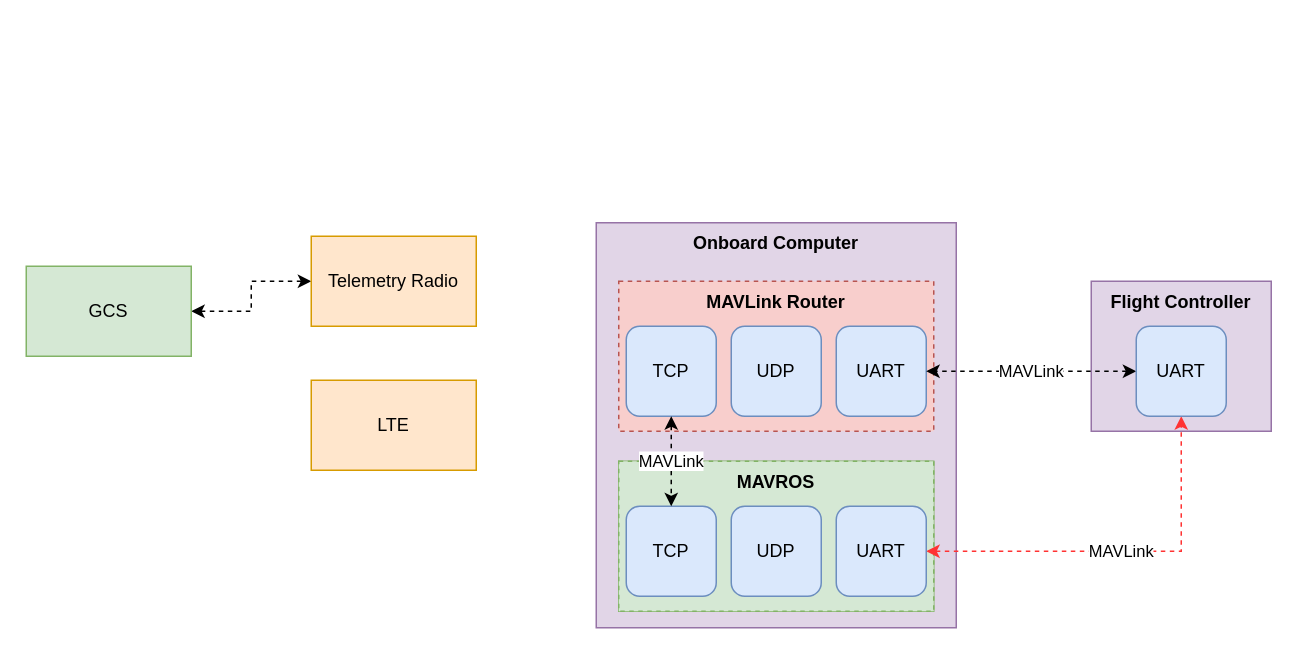
This is px4_unified_com.drawio from RoboDD/my-flow-chart, a draw.io file, before an edit. Source tidied: cells renumbered, new cells numbered last; positions are measured from the earlier drawing's top-left corner, leaving out a move shared by most shapes. Both pictures are drawn from the tidied source at 150%, with x=0, y=0 at pixel (26, 222).
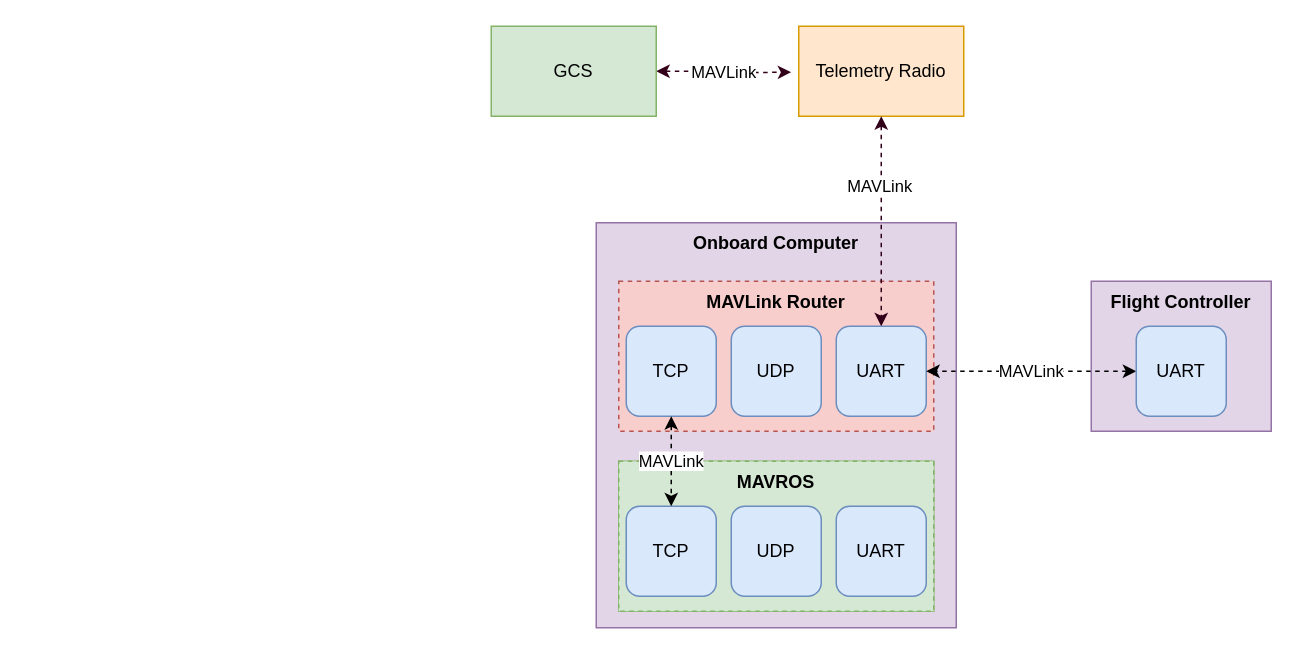
After the change.

Unchanged cells that the change refers to:
```xml
<mxCell id="12" value="UART" style="rounded=1;whiteSpace=wrap;html=1;fillColor=#dae8fc;strokeColor=#6c8ebf;" parent="8" vertex="1">
  <mxGeometry x="145" y="30" width="60" height="60" as="geometry" />
</mxCell>
<mxCell id="18" value="UART" style="rounded=1;whiteSpace=wrap;html=1;fillColor=#dae8fc;strokeColor=#6c8ebf;" parent="1" vertex="1">
  <mxGeometry x="540" y="189" width="60" height="60" as="geometry" />
</mxCell>
<mxCell id="21" value="UART" style="rounded=1;whiteSpace=wrap;html=1;fillColor=#dae8fc;strokeColor=#6c8ebf;" parent="1" vertex="1">
  <mxGeometry x="740" y="69" width="60" height="60" as="geometry" />
</mxCell>
```

Change to the diagram source:
```diff
@@
-    <mxCell id="3" style="edgeStyle=orthogonalEdgeStyle;rounded=0;jettySize=auto;html=1;exitX=1;exitY=0.5;exitDx=0;exitDy=0;entryX=0;entryY=0.5;entryDx=0;entryDy=0;dashed=1;startArrow=classic;startFill=1;" parent="1" edge="1" source="5" target="4">
-      <mxGeometry relative="1" as="geometry" />
-    </mxCell>
     <mxCell id="4" value="Telemetry Radio" style="rounded=0;whiteSpace=wrap;html=1;fillColor=#ffe6cc;strokeColor=#d79b00;" parent="1" vertex="1">
-      <mxGeometry x="190" y="9" width="110" height="60" as="geometry" />
+      <mxGeometry x="515" y="-131" width="110" height="60" as="geometry" />
     </mxCell>
+    <mxCell id="22" value="MAVLink" style="edgeStyle=orthogonalEdgeStyle;rounded=0;sketch=0;jumpStyle=arc;jettySize=auto;html=1;exitX=1;exitY=0.5;exitDx=0;exitDy=0;shadow=0;dashed=1;startArrow=classic;startFill=1;strokeColor=#33001A;" parent="1" edge="1" source="5">
+      <mxGeometry relative="1" as="geometry">
+        <mxPoint x="510" y="-100.4" as="targetPoint" />
+      </mxGeometry>
+    </mxCell>
     <mxCell id="5" value="GCS" style="rounded=0;whiteSpace=wrap;html=1;fillColor=#d5e8d4;strokeColor=#82b366;" parent="1" vertex="1">
-      <mxGeometry y="29" width="110" height="60" as="geometry" />
+      <mxGeometry x="310" y="-131" width="110" height="60" as="geometry" />
     </mxCell>
-    <mxCell id="6" value="LTE" style="rounded=0;whiteSpace=wrap;html=1;fillColor=#ffe6cc;strokeColor=#d79b00;" parent="1" vertex="1">
-      <mxGeometry x="190" y="105" width="110" height="60" as="geometry" />
-    </mxCell>
@@
-    <mxCell id="17" value="MAVLink" style="edgeStyle=orthogonalEdgeStyle;rounded=0;jettySize=auto;html=1;exitX=1;exitY=0.5;exitDx=0;exitDy=0;entryX=0.5;entryY=1;entryDx=0;entryDy=0;dashed=1;startArrow=classic;startFill=1;shadow=0;sketch=0;jumpStyle=arc;strokeColor=#FF3333;" parent="1" edge="1" source="18" target="21">
-      <mxGeometry relative="1" as="geometry" />
-    </mxCell>
@@
+    <mxCell id="23" style="edgeStyle=orthogonalEdgeStyle;rounded=0;sketch=0;jumpStyle=arc;jettySize=auto;html=1;exitX=0.5;exitY=1;exitDx=0;exitDy=0;shadow=0;dashed=1;startArrow=classic;startFill=1;strokeColor=#33001A;" parent="1" edge="1" source="4" target="12">
+      <mxGeometry relative="1" as="geometry" />
+    </mxCell>
+    <mxCell id="24" value="MAVLink" style="edgeLabel;html=1;align=center;verticalAlign=middle;" parent="23" vertex="1">
+      <mxGeometry x="-0.35" y="-2" relative="1" as="geometry" />
+    </mxCell>
```
